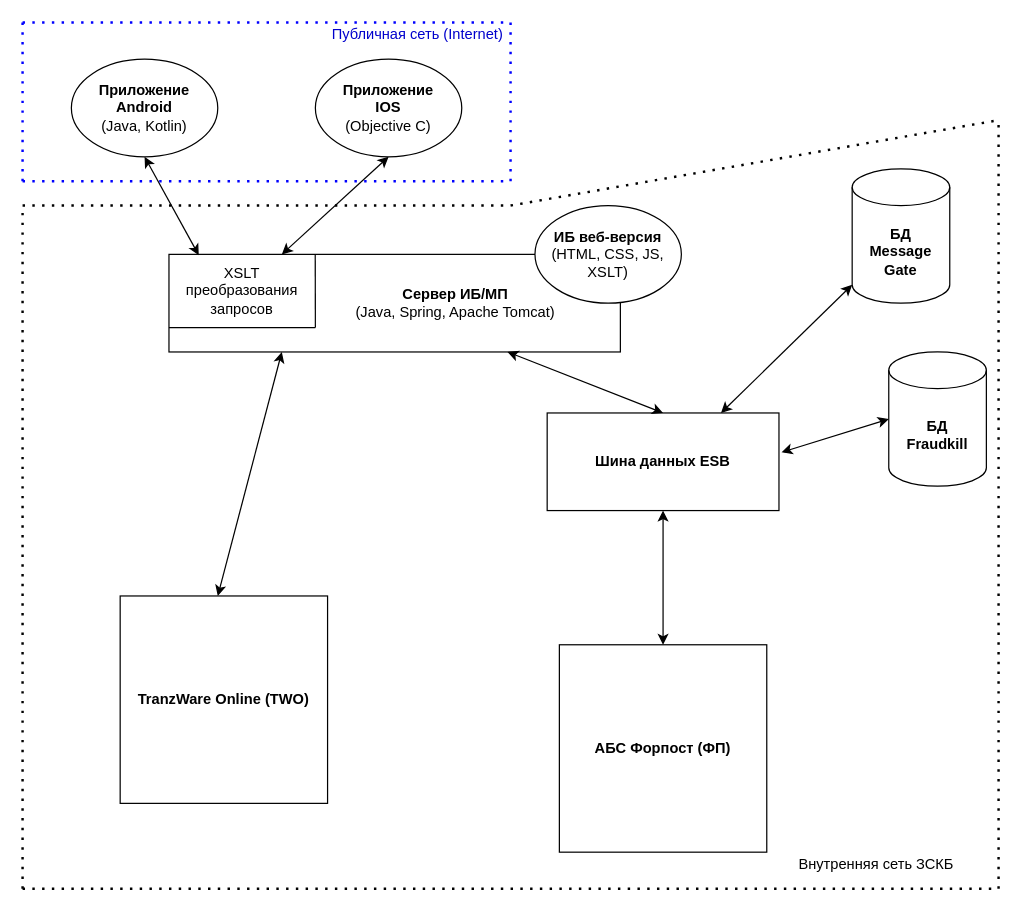
The draw.io diagram src/Диаграмма архитектура ИБ ЗСКБ.drawio in isfomin/diagrams, before the edit. Source tidied: cells renumbered, new cells numbered last; positions are measured from the earlier drawing's top-left corner, leaving out a move shared by most shapes. Both pictures are drawn from the tidied source at 122%, with x=0, y=0 at pixel (22, 22).
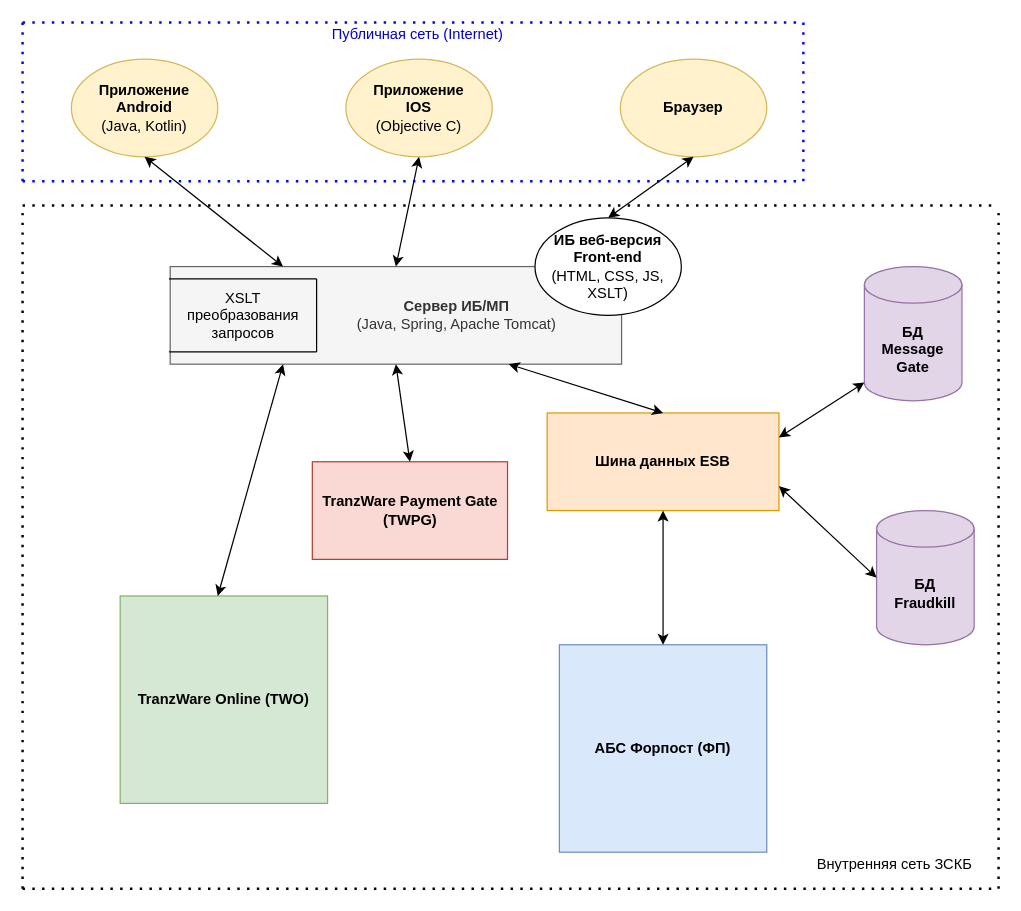
The same page after the edit.

What changed in the source:
```diff
@@
-    <mxCell id="2" value="&lt;b&gt;Приложение&lt;br&gt;Android&lt;/b&gt;&lt;br&gt;(Java, Kotlin)" style="ellipse;whiteSpace=wrap;html=1;" parent="1" vertex="1">
+    <mxCell id="2" value="&lt;b&gt;Приложение&lt;br&gt;Android&lt;/b&gt;&lt;br&gt;(Java, Kotlin)" style="ellipse;whiteSpace=wrap;html=1;fillColor=#fff2cc;strokeColor=#d6b656;" parent="1" vertex="1">
       <mxGeometry x="40" y="30" width="120" height="80" as="geometry" />
     </mxCell>
-    <mxCell id="3" value="&lt;b&gt;Приложение&lt;br&gt;IOS&lt;/b&gt;&lt;br&gt;(Objective C)" style="ellipse;whiteSpace=wrap;html=1;" parent="1" vertex="1">
-      <mxGeometry x="240" y="30" width="120" height="80" as="geometry" />
+    <mxCell id="3" value="&lt;b&gt;Приложение&lt;br&gt;IOS&lt;/b&gt;&lt;br&gt;(Objective C)" style="ellipse;whiteSpace=wrap;html=1;fillColor=#fff2cc;strokeColor=#d6b656;" parent="1" vertex="1">
+      <mxGeometry x="265" y="30" width="120" height="80" as="geometry" />
     </mxCell>
-    <mxCell id="4" value="&lt;b&gt;Сервер ИБ/МП&lt;/b&gt;&lt;br&gt;(Java, Spring, Apache Tomcat)" style="rounded=0;whiteSpace=wrap;html=1;align=center;spacingLeft=100;spacingBottom=0;" parent="1" vertex="1">
-      <mxGeometry x="120" y="190" width="370" height="80" as="geometry" />
+    <mxCell id="4" value="&lt;b&gt;Сервер ИБ/МП&lt;/b&gt;&lt;br&gt;(Java, Spring, Apache Tomcat)" style="rounded=0;whiteSpace=wrap;html=1;align=center;spacingLeft=100;spacingBottom=0;fillColor=#f5f5f5;strokeColor=#666666;fontColor=#333333;" parent="1" vertex="1">
+      <mxGeometry x="121" y="200" width="370" height="80" as="geometry" />
     </mxCell>
-    <mxCell id="5" style="endArrow=none;html=1;entryX=0.324;entryY=0;entryDx=0;entryDy=0;entryPerimeter=0;" parent="1" edge="1" target="4">
+    <mxCell id="5" style="endArrow=none;html=1;" parent="1" edge="1">
       <mxGeometry relative="1" as="geometry">
-        <mxPoint x="240" y="250" as="sourcePoint" />
+        <mxPoint x="241" y="270" as="sourcePoint" />
+        <mxPoint x="241" y="210" as="targetPoint" />
       </mxGeometry>
     </mxCell>
     <mxCell id="6" value="XSLT преобразования запросов" style="text;html=1;strokeColor=none;fillColor=none;align=center;verticalAlign=middle;whiteSpace=wrap;rounded=0;" parent="1" vertex="1">
-      <mxGeometry x="160" y="210" width="40" height="20" as="geometry" />
+      <mxGeometry x="161" y="230" width="40" height="20" as="geometry" />
     </mxCell>
-    <mxCell id="7" value="&lt;b&gt;ИБ веб-версия&lt;/b&gt;&lt;br&gt;(HTML, CSS, JS, XSLT)" style="ellipse;whiteSpace=wrap;html=1;" parent="1" vertex="1">
-      <mxGeometry x="420" y="150" width="120" height="80" as="geometry" />
+    <mxCell id="7" value="&lt;b&gt;ИБ веб-версия Front-end&lt;/b&gt;&lt;br&gt;(HTML, CSS, JS, XSLT)" style="ellipse;whiteSpace=wrap;html=1;" parent="1" vertex="1">
+      <mxGeometry x="420" y="160" width="120" height="80" as="geometry" />
     </mxCell>
-    <mxCell id="8" style="endArrow=classic;startArrow=classic;html=1;exitX=0.066;exitY=0.008;exitDx=0;exitDy=0;exitPerimeter=0;" parent="1" edge="1" source="4">
+    <mxCell id="8" style="endArrow=classic;startArrow=classic;html=1;exitX=0.25;exitY=0;exitDx=0;exitDy=0;" parent="1" edge="1" source="4">
       <mxGeometry relative="1" as="geometry">
         <mxPoint x="100" y="110" as="targetPoint" />
       </mxGeometry>
     </mxCell>
-    <mxCell id="9" style="endArrow=none;html=1;exitX=0;exitY=0.75;exitDx=0;exitDy=0;" parent="1" edge="1" source="4">
+    <mxCell id="9" style="endArrow=none;html=1;" parent="1" edge="1">
       <mxGeometry relative="1" as="geometry">
-        <mxPoint x="240" y="250" as="targetPoint" />
+        <mxPoint x="120" y="270" as="sourcePoint" />
+        <mxPoint x="241" y="270" as="targetPoint" />
       </mxGeometry>
     </mxCell>
-    <mxCell id="10" style="endArrow=classic;startArrow=classic;html=1;exitX=0.25;exitY=0;exitDx=0;exitDy=0;" parent="1" edge="1" source="4">
-      <mxGeometry relative="1" as="geometry">
-        <mxPoint x="300" y="110" as="targetPoint" />
-      </mxGeometry>
+    <mxCell id="10" style="endArrow=classic;startArrow=classic;html=1;exitX=0.5;exitY=0;exitDx=0;exitDy=0;entryX=0.5;entryY=1;entryDx=0;entryDy=0;" parent="1" edge="1" source="4" target="3">
+      <mxGeometry relative="1" as="geometry" />
     </mxCell>
-    <mxCell id="11" value="&lt;b&gt;Шина данных ESB&lt;/b&gt;" style="rounded=0;whiteSpace=wrap;html=1;align=center;" parent="1" vertex="1">
+    <mxCell id="11" value="&lt;b&gt;Шина данных ESB&lt;/b&gt;" style="rounded=0;whiteSpace=wrap;html=1;align=center;fillColor=#ffe6cc;strokeColor=#d79b00;" parent="1" vertex="1">
       <mxGeometry x="430" y="320" width="190" height="80" as="geometry" />
     </mxCell>
-    <mxCell id="12" value="&lt;b&gt;БД&lt;br&gt;Message Gate&lt;/b&gt;" style="shape=cylinder3;whiteSpace=wrap;html=1;boundedLbl=1;backgroundOutline=1;size=15;align=center;" parent="1" vertex="1">
-      <mxGeometry x="680" y="120" width="80" height="110" as="geometry" />
+    <mxCell id="12" value="&lt;b&gt;БД&lt;br&gt;Message Gate&lt;/b&gt;" style="shape=cylinder3;whiteSpace=wrap;html=1;boundedLbl=1;backgroundOutline=1;size=15;align=center;fillColor=#e1d5e7;strokeColor=#9673a6;" parent="1" vertex="1">
+      <mxGeometry x="690" y="200" width="80" height="110" as="geometry" />
     </mxCell>
-    <mxCell id="13" value="&lt;b&gt;БД&lt;br&gt;Fraudkill&lt;/b&gt;" style="shape=cylinder3;whiteSpace=wrap;html=1;boundedLbl=1;backgroundOutline=1;size=15;align=center;" parent="1" vertex="1">
-      <mxGeometry x="710" y="270" width="80" height="110" as="geometry" />
+    <mxCell id="13" value="&lt;b&gt;БД&lt;br&gt;Fraudkill&lt;/b&gt;" style="shape=cylinder3;whiteSpace=wrap;html=1;boundedLbl=1;backgroundOutline=1;size=15;align=center;fillColor=#e1d5e7;strokeColor=#9673a6;" parent="1" vertex="1">
+      <mxGeometry x="700" y="400" width="80" height="110" as="geometry" />
     </mxCell>
@@
-    <mxCell id="15" style="endArrow=classic;startArrow=classic;html=1;entryX=0;entryY=1;entryDx=0;entryDy=-15;entryPerimeter=0;exitX=0.75;exitY=0;exitDx=0;exitDy=0;" parent="1" edge="1" source="11" target="12">
+    <mxCell id="15" style="endArrow=classic;startArrow=classic;html=1;entryX=0;entryY=1;entryDx=0;entryDy=-15;entryPerimeter=0;exitX=1;exitY=0.25;exitDx=0;exitDy=0;" parent="1" edge="1" source="11" target="12">
       <mxGeometry relative="1" as="geometry" />
     </mxCell>
-    <mxCell id="16" style="endArrow=classic;startArrow=classic;html=1;exitX=1.011;exitY=0.403;exitDx=0;exitDy=0;exitPerimeter=0;entryX=0;entryY=0.5;entryDx=0;entryDy=0;entryPerimeter=0;" parent="1" edge="1" source="11" target="13">
+    <mxCell id="16" style="endArrow=classic;startArrow=classic;html=1;entryX=0;entryY=0.5;entryDx=0;entryDy=0;entryPerimeter=0;exitX=1;exitY=0.75;exitDx=0;exitDy=0;" parent="1" edge="1" source="11" target="13">
       <mxGeometry relative="1" as="geometry" />
     </mxCell>
-    <mxCell id="17" value="&lt;b&gt;АБС Форпост (ФП)&lt;/b&gt;" style="whiteSpace=wrap;html=1;align=center;" parent="1" vertex="1">
+    <mxCell id="17" value="&lt;b&gt;АБС Форпост (ФП)&lt;/b&gt;" style="whiteSpace=wrap;html=1;align=center;fillColor=#dae8fc;strokeColor=#6c8ebf;" parent="1" vertex="1">
       <mxGeometry x="440" y="510" width="170" height="170" as="geometry" />
     </mxCell>
-    <mxCell id="18" value="&lt;b&gt;TranzWare Online (TWO)&lt;/b&gt;" style="whiteSpace=wrap;html=1;align=center;" parent="1" vertex="1">
+    <mxCell id="18" value="&lt;b&gt;TranzWare Online (TWO)&lt;/b&gt;" style="whiteSpace=wrap;html=1;align=center;fillColor=#d5e8d4;strokeColor=#82b366;" parent="1" vertex="1">
       <mxGeometry x="80" y="470" width="170" height="170" as="geometry" />
     </mxCell>
@@
     <mxCell id="21" style="endArrow=none;dashed=1;html=1;dashPattern=1 3;strokeWidth=2;" parent="1" edge="1">
       <mxGeometry relative="1" as="geometry">
         <mxPoint x="400" y="150" as="sourcePoint" />
-        <mxPoint x="800" y="80" as="targetPoint" />
+        <mxPoint x="800" y="150" as="targetPoint" />
+        <Array as="points">
+          <mxPoint x="600" y="150" />
+        </Array>
       </mxGeometry>
     </mxCell>
@@
     <mxCell id="23" style="endArrow=none;dashed=1;html=1;dashPattern=1 3;strokeWidth=2;" parent="1" edge="1">
       <mxGeometry relative="1" as="geometry">
         <mxPoint x="800" y="710" as="sourcePoint" />
-        <mxPoint x="800" y="80" as="targetPoint" />
+        <mxPoint x="800" y="150" as="targetPoint" />
       </mxGeometry>
     </mxCell>
@@
     <mxCell id="26" value="Внутренняя сеть ЗСКБ" style="text;html=1;strokeColor=none;fillColor=none;align=center;verticalAlign=middle;whiteSpace=wrap;rounded=0;" parent="1" vertex="1">
-      <mxGeometry x="610" y="680" width="180" height="20" as="geometry" />
+      <mxGeometry x="640" y="680" width="150" height="20" as="geometry" />
     </mxCell>
@@
     <mxCell id="28" style="endArrow=none;dashed=1;html=1;dashPattern=1 3;strokeWidth=2;fontColor=#0000FF;labelBorderColor=#0000FF;fillColor=#dae8fc;strokeColor=#0000FF;" parent="1" edge="1">
       <mxGeometry relative="1" as="geometry">
         <mxPoint as="sourcePoint" />
-        <mxPoint x="400" as="targetPoint" />
+        <mxPoint x="640" as="targetPoint" />
       </mxGeometry>
     </mxCell>
@@
     <mxCell id="30" style="endArrow=none;dashed=1;html=1;dashPattern=1 3;strokeWidth=2;fontColor=#0000FF;labelBorderColor=#0000FF;fillColor=#dae8fc;strokeColor=#0000FF;" parent="1" edge="1">
       <mxGeometry relative="1" as="geometry">
         <mxPoint y="130" as="sourcePoint" />
-        <mxPoint x="400" y="130" as="targetPoint" />
+        <mxPoint x="640" y="130" as="targetPoint" />
       </mxGeometry>
     </mxCell>
     <mxCell id="31" style="endArrow=none;dashed=1;html=1;dashPattern=1 3;strokeWidth=2;fontColor=#0000FF;labelBorderColor=#0000FF;fillColor=#dae8fc;strokeColor=#0000FF;" parent="1" edge="1">
       <mxGeometry relative="1" as="geometry">
-        <mxPoint x="400" y="130" as="sourcePoint" />
-        <mxPoint x="400" as="targetPoint" />
+        <mxPoint x="640" y="130" as="sourcePoint" />
+        <mxPoint x="640" as="targetPoint" />
       </mxGeometry>
     </mxCell>
+    <mxCell id="32" style="endArrow=none;html=1;fontColor=#0000CC;" parent="1" edge="1">
+      <mxGeometry relative="1" as="geometry">
+        <mxPoint x="120" y="210" as="sourcePoint" />
+        <mxPoint x="241" y="210" as="targetPoint" />
+      </mxGeometry>
+    </mxCell>
+    <mxCell id="33" value="&lt;b&gt;Браузер&lt;/b&gt;" style="ellipse;whiteSpace=wrap;html=1;fillColor=#fff2cc;strokeColor=#d6b656;" parent="1" vertex="1">
+      <mxGeometry x="490" y="30" width="120" height="80" as="geometry" />
+    </mxCell>
+    <mxCell id="34" style="endArrow=classic;startArrow=classic;html=1;strokeColor=#000000;fontColor=#0000CC;entryX=0.5;entryY=1;entryDx=0;entryDy=0;exitX=0.5;exitY=0;exitDx=0;exitDy=0;" parent="1" edge="1" source="7" target="33">
+      <mxGeometry relative="1" as="geometry" />
+    </mxCell>
+    <mxCell id="35" value="&lt;font color=&quot;#000000&quot;&gt;&lt;b&gt;TranzWare Payment Gate (TWPG)&lt;/b&gt;&lt;/font&gt;" style="rounded=0;whiteSpace=wrap;html=1;align=center;fillColor=#fad9d5;strokeColor=#ae4132;" parent="1" vertex="1">
+      <mxGeometry x="237.5" y="360" width="160" height="80" as="geometry" />
+    </mxCell>
+    <mxCell id="36" style="endArrow=classic;startArrow=classic;html=1;strokeColor=#000000;fontColor=#0000CC;entryX=0.5;entryY=1;entryDx=0;entryDy=0;exitX=0.5;exitY=0;exitDx=0;exitDy=0;" parent="1" edge="1" source="35" target="4">
+      <mxGeometry relative="1" as="geometry" />
+    </mxCell>
```
